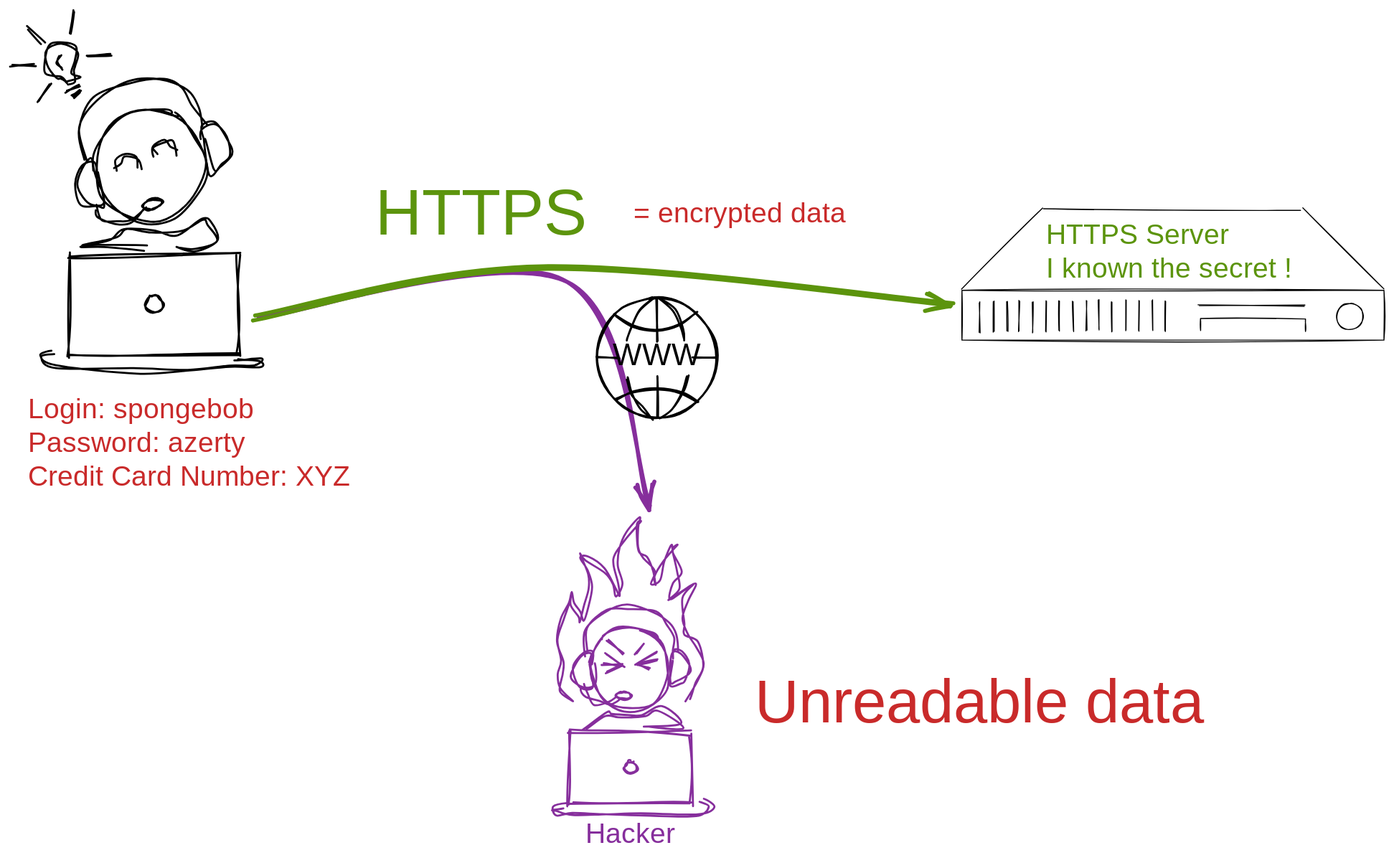
Earlier version of the Excalidraw export notebooks/media/https-safe.excalidraw.svg (ue22-p25/backend). Source tidied: one line per element, renumbered; positions are measured from the earlier drawing's top-left corner, leaving out a move shared by most shapes.
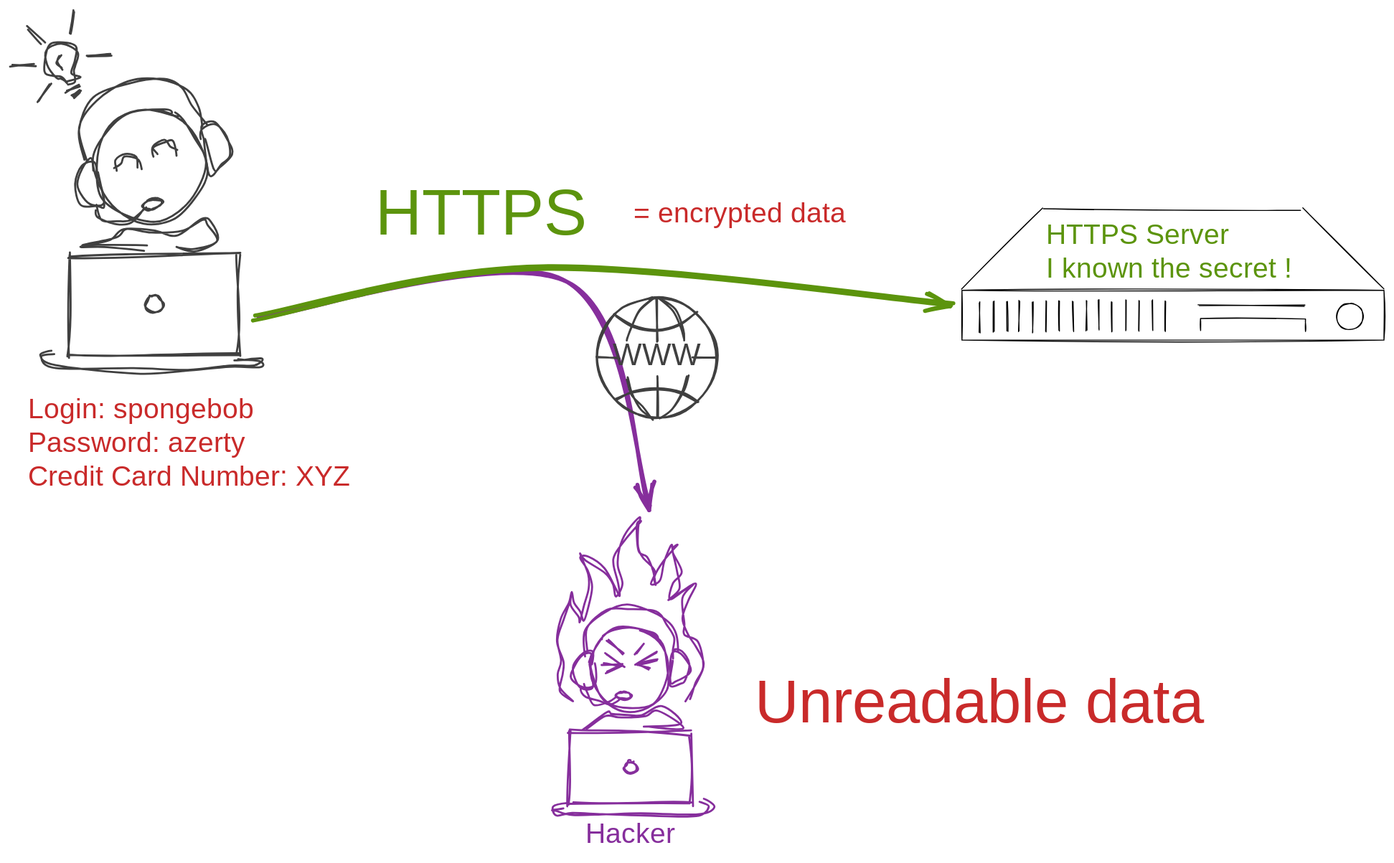
After the commit.

Change to the diagram source:
```diff
@@ -1,38 +1,38 @@
 {"id": 0, "type": "arrow", "strokeColor": "#862e9c", "backgroundColor": "#ffffff", "fillStyle": "solid", "strokeWidth": 4, "roughness": 2, "endArrowhead": "arrow", "round": true, "from": 59, "x": 247, "y": 303, "width": 388, "height": 225, "points": [[0, 0], [305, -34], [388, 191]]}
-{"id": 1, "type": "ellipse", "strokeColor": "#000", "angle": 6.0, "strokeWidth": 2, "roughness": 2, "round": true, "x": 83, "y": 96, "width": 110, "height": 114}
+{"id": 1, "type": "ellipse", "strokeColor": "#404040", "angle": 6.0, "strokeWidth": 2, "roughness": 2, "round": true, "x": 83, "y": 96, "width": 110, "height": 114}
-{"id": 2, "type": "line", "strokeColor": "#000", "angle": 6.0, "strokeWidth": 2, "roughness": 2, "round": true, "x": 88, "y": 165, "width": 26, "height": 45, "points": [[0, 0], [0, -13], [-14, -11], [-25, 5], [-23, 22], [-10, 31], [0, 32], [0, 0]]}
+{"id": 2, "type": "line", "strokeColor": "#404040", "angle": 6.0, "strokeWidth": 2, "roughness": 2, "round": true, "x": 88, "y": 165, "width": 26, "height": 45, "points": [[0, 0], [0, -13], [-14, -11], [-25, 5], [-23, 22], [-10, 31], [0, 32], [0, 0]]}
-{"id": 3, "type": "line", "strokeColor": "#000", "angle": 6.0, "strokeWidth": 2, "roughness": 2, "round": true, "x": 194, "y": 124, "width": 25, "height": 45, "points": [[0, 0], [0, -13], [14, -11], [25, 5], [22, 22], [10, 31], [0, 32], [0, 0]]}
+{"id": 3, "type": "line", "strokeColor": "#404040", "angle": 6.0, "strokeWidth": 2, "roughness": 2, "round": true, "x": 194, "y": 124, "width": 25, "height": 45, "points": [[0, 0], [0, -13], [14, -11], [25, 5], [22, 22], [10, 31], [0, 32], [0, 0]]}
-{"id": 4, "type": "line", "strokeColor": "#000", "angle": 6.0, "strokeWidth": 2, "roughness": 2, "round": true, "x": 62, "y": 135, "width": 125, "height": 66, "points": [[0, 0], [3, -33], [30, -59], [63, -66], [97, -59], [116, -41], [123, -21], [125, -3]]}
+{"id": 4, "type": "line", "strokeColor": "#404040", "angle": 6.0, "strokeWidth": 2, "roughness": 2, "round": true, "x": 62, "y": 135, "width": 125, "height": 66, "points": [[0, 0], [3, -33], [30, -59], [63, -66], [97, -59], [116, -41], [123, -21], [125, -3]]}
-{"id": 5, "type": "line", "strokeColor": "#000", "angle": 6.0, "strokeWidth": 2, "roughness": 2, "round": true, "x": 86, "y": 188, "width": 47, "height": 22, "points": [[0, 0], [4, 11], [16, 20], [33, 22], [47, 15]]}
+{"id": 5, "type": "line", "strokeColor": "#404040", "angle": 6.0, "strokeWidth": 2, "roughness": 2, "round": true, "x": 86, "y": 188, "width": 47, "height": 22, "points": [[0, 0], [4, 11], [16, 20], [33, 22], [47, 15]]}
-{"id": 6, "type": "ellipse", "strokeColor": "#000", "angle": 6.0, "strokeWidth": 2, "roughness": 2, "round": true, "x": 131, "y": 188, "width": 20, "height": 10}
+{"id": 6, "type": "ellipse", "strokeColor": "#404040", "angle": 6.0, "strokeWidth": 2, "roughness": 2, "round": true, "x": 131, "y": 188, "width": 20, "height": 10}
-{"id": 7, "type": "line", "strokeColor": "#000", "strokeWidth": 2, "roughness": 2, "round": true, "x": 104, "y": 159, "width": 24, "height": 16, "points": [[0, 0], [2, -11], [8, -16], [19, -14], [24, -5]]}
+{"id": 7, "type": "line", "strokeColor": "#404040", "strokeWidth": 2, "roughness": 2, "round": true, "x": 104, "y": 159, "width": 24, "height": 16, "points": [[0, 0], [2, -11], [8, -16], [19, -14], [24, -5]]}
-{"id": 8, "type": "rectangle", "strokeColor": "#000", "strokeWidth": 2, "roughness": 2, "x": 57, "y": 243, "width": 169, "height": 102}
+{"id": 8, "type": "rectangle", "strokeColor": "#404040", "strokeWidth": 2, "roughness": 2, "x": 57, "y": 243, "width": 169, "height": 102}
-{"id": 9, "type": "ellipse", "strokeColor": "#000", "strokeWidth": 2, "roughness": 2, "x": 134, "y": 283, "width": 17, "height": 17}
+{"id": 9, "type": "ellipse", "strokeColor": "#404040", "strokeWidth": 2, "roughness": 2, "x": 134, "y": 283, "width": 17, "height": 17}
-{"id": 10, "type": "line", "strokeColor": "#000", "strokeWidth": 2, "roughness": 2, "round": true, "x": 55, "y": 73, "width": 30, "height": 43, "points": [[0, 0], [11, -4], [9, -12], [11, -21], [9, -35], [-5, -43], [-18, -36], [-18, -17], [-10, -9], [-2, -5], [0, 0]]}
+{"id": 10, "type": "line", "strokeColor": "#404040", "strokeWidth": 2, "roughness": 2, "round": true, "x": 55, "y": 73, "width": 30, "height": 43, "points": [[0, 0], [11, -4], [9, -12], [11, -21], [9, -35], [-5, -43], [-18, -36], [-18, -17], [-10, -9], [-2, -5], [0, 0]]}
-{"id": 11, "type": "line", "strokeColor": "#000", "strokeWidth": 2, "roughness": 2, "round": true, "x": 39, "y": 72, "width": 11, "height": 18, "points": [[0, 0], [-11, 18]]}
+{"id": 11, "type": "line", "strokeColor": "#404040", "strokeWidth": 2, "roughness": 2, "round": true, "x": 39, "y": 72, "width": 11, "height": 18, "points": [[0, 0], [-11, 18]]}
-{"id": 12, "type": "line", "strokeColor": "#000", "strokeWidth": 2, "roughness": 2, "round": true, "x": 24, "y": 53, "width": 24, "height": 1, "points": [[0, 0], [-24, 1]]}
+{"id": 12, "type": "line", "strokeColor": "#404040", "strokeWidth": 2, "roughness": 2, "round": true, "x": 24, "y": 53, "width": 24, "height": 1, "points": [[0, 0], [-24, 1]]}
-{"id": 13, "type": "line", "strokeColor": "#000", "strokeWidth": 2, "roughness": 2, "round": true, "x": 32, "y": 31, "width": 17, "height": 15, "points": [[0, 0], [-17, -15]]}
+{"id": 13, "type": "line", "strokeColor": "#404040", "strokeWidth": 2, "roughness": 2, "round": true, "x": 32, "y": 31, "width": 17, "height": 15, "points": [[0, 0], [-17, -15]]}
-{"id": 14, "type": "line", "strokeColor": "#000", "strokeWidth": 2, "roughness": 2, "round": true, "x": 59, "y": 21, "width": 4, "height": 21, "points": [[0, 0], [4, -21]]}
+{"id": 14, "type": "line", "strokeColor": "#404040", "strokeWidth": 2, "roughness": 2, "round": true, "x": 59, "y": 21, "width": 4, "height": 21, "points": [[0, 0], [4, -21]]}
-{"id": 15, "type": "line", "strokeColor": "#000", "strokeWidth": 2, "roughness": 2, "round": true, "x": 76, "y": 44, "width": 24, "height": 1, "points": [[0, 0], [24, -1]]}
+{"id": 15, "type": "line", "strokeColor": "#404040", "strokeWidth": 2, "roughness": 2, "round": true, "x": 76, "y": 44, "width": 24, "height": 1, "points": [[0, 0], [24, -1]]}
-{"id": 16, "type": "line", "strokeColor": "#000", "strokeWidth": 2, "roughness": 2, "round": true, "x": 48, "y": 44, "width": 5, "height": 14, "points": [[0, 0], [-2, 8], [3, 14]]}
+{"id": 16, "type": "line", "strokeColor": "#404040", "strokeWidth": 2, "roughness": 2, "round": true, "x": 48, "y": 44, "width": 5, "height": 14, "points": [[0, 0], [-2, 8], [3, 14]]}
-{"id": 17, "type": "line", "strokeColor": "#000", "strokeWidth": 2, "roughness": 2, "round": true, "x": 56, "y": 80, "width": 12, "height": 6, "points": [[0, 0], [12, -6]]}
+{"id": 17, "type": "line", "strokeColor": "#404040", "strokeWidth": 2, "roughness": 2, "round": true, "x": 56, "y": 80, "width": 12, "height": 6, "points": [[0, 0], [12, -6]]}
-{"id": 18, "type": "line", "strokeColor": "#000", "strokeWidth": 2, "roughness": 2, "round": true, "x": 61, "y": 83, "width": 8, "height": 5, "points": [[0, 0], [8, -5]]}
+{"id": 18, "type": "line", "strokeColor": "#404040", "strokeWidth": 2, "roughness": 2, "round": true, "x": 61, "y": 83, "width": 8, "height": 5, "points": [[0, 0], [8, -5]]}
-{"id": 19, "type": "line", "strokeColor": "#000", "strokeWidth": 2, "roughness": 2, "round": true, "x": 63, "y": 85, "width": 6, "height": 4, "points": [[0, 0], [6, -4]]}
+{"id": 19, "type": "line", "strokeColor": "#404040", "strokeWidth": 2, "roughness": 2, "round": true, "x": 63, "y": 85, "width": 6, "height": 4, "points": [[0, 0], [6, -4]]}
-{"id": 20, "type": "line", "strokeColor": "#000", "angle": 5.81, "strokeWidth": 2, "roughness": 2, "round": true, "x": 164, "y": 147, "width": 23, "height": 16, "points": [[0, 0], [-2, -11], [-7, -16], [-18, -14], [-23, -5]]}
+{"id": 20, "type": "line", "strokeColor": "#404040", "angle": 5.81, "strokeWidth": 2, "roughness": 2, "round": true, "x": 164, "y": 147, "width": 23, "height": 16, "points": [[0, 0], [-2, -11], [-7, -16], [-18, -14], [-23, -5]]}
-{"id": 21, "type": "line", "strokeColor": "#000", "strokeWidth": 2, "roughness": 2, "round": true, "x": 225, "y": 345, "width": 221, "height": 15, "points": [[0, 0], [24, 2], [19, 10], [-6, 10], [-52, 12], [-103, 11], [-178, 9], [-198, 0], [-184, -4]]}
+{"id": 21, "type": "line", "strokeColor": "#404040", "strokeWidth": 2, "roughness": 2, "round": true, "x": 225, "y": 345, "width": 221, "height": 15, "points": [[0, 0], [24, 2], [19, 10], [-6, 10], [-52, 12], [-103, 11], [-178, 9], [-198, 0], [-184, -4]]}
-{"id": 22, "type": "line", "strokeColor": "#000", "strokeWidth": 2, "roughness": 2, "round": true, "x": 135, "y": 235, "width": 135, "height": 28, "points": [[0, 0], [-46, 1], [-62, 1], [-32, -9], [-19, -17], [8, -15], [33, -15], [54, -27], [63, -22], [73, -6], [50, 2], [29, 0]]}
+{"id": 22, "type": "line", "strokeColor": "#404040", "strokeWidth": 2, "roughness": 2, "round": true, "x": 135, "y": 235, "width": 135, "height": 28, "points": [[0, 0], [-46, 1], [-62, 1], [-32, -9], [-19, -17], [8, -15], [33, -15], [54, -27], [63, -22], [73, -6], [50, 2], [29, 0]]}
-{"id": 23, "type": "ellipse", "strokeColor": "#000000", "strokeWidth": 2, "roughness": 1, "x": 584, "y": 285, "width": 119, "height": 119}
+{"id": 23, "type": "ellipse", "strokeColor": "#404040", "strokeWidth": 2, "roughness": 1, "x": 584, "y": 285, "width": 119, "height": 119}
-{"id": 24, "type": "line", "strokeColor": "#000000", "strokeWidth": 2, "roughness": 1, "round": true, "x": 601, "y": 303, "width": 81, "height": 18, "points": [[0, 0], [18, 10], [42, 15], [66, 9], [81, -3]]}
+{"id": 24, "type": "line", "strokeColor": "#404040", "strokeWidth": 2, "roughness": 1, "round": true, "x": 601, "y": 303, "width": 81, "height": 18, "points": [[0, 0], [18, 10], [42, 15], [66, 9], [81, -3]]}
-{"id": 25, "type": "line", "strokeColor": "#000000", "strokeWidth": 2, "roughness": 1, "round": true, "x": 602, "y": 387, "width": 81, "height": 14, "points": [[0, 0], [18, -8], [42, -12], [66, -7], [81, 2]]}
+{"id": 25, "type": "line", "strokeColor": "#404040", "strokeWidth": 2, "roughness": 1, "round": true, "x": 602, "y": 387, "width": 81, "height": 14, "points": [[0, 0], [18, -8], [42, -12], [66, -7], [81, 2]]}
-{"id": 26, "type": "text", "text": "WWW", "strokeColor": "#000000", "strokeWidth": 2, "roughness": 1, "fontSize": 30.63, "fontFamily": 1, "textAlign": "center", "verticalAlign": "middle", "x": 609, "y": 327, "width": 69, "height": 36}
+{"id": 26, "type": "text", "text": "WWW", "strokeColor": "#404040", "strokeWidth": 2, "roughness": 1, "fontSize": 30.63, "fontFamily": 1, "textAlign": "center", "verticalAlign": "middle", "x": 609, "y": 327, "width": 69, "height": 36}
-{"id": 27, "type": "line", "strokeColor": "#000000", "strokeWidth": 2, "roughness": 1, "round": true, "x": 641, "y": 286, "width": 26, "height": 41, "points": [[0, 0], [-16, 12], [-24, 29], [-26, 41]]}
+{"id": 27, "type": "line", "strokeColor": "#404040", "strokeWidth": 2, "roughness": 1, "round": true, "x": 641, "y": 286, "width": 26, "height": 41, "points": [[0, 0], [-16, 12], [-24, 29], [-26, 41]]}
-{"id": 28, "type": "line", "strokeColor": "#000000", "strokeWidth": 2, "roughness": 1, "round": true, "x": 613, "y": 365, "width": 28, "height": 40, "points": [[0, 0], [5, 16], [15, 31], [28, 40]]}
+{"id": 28, "type": "line", "strokeColor": "#404040", "strokeWidth": 2, "roughness": 1, "round": true, "x": 613, "y": 365, "width": 28, "height": 40, "points": [[0, 0], [5, 16], [15, 31], [28, 40]]}
-{"id": 29, "type": "line", "strokeColor": "#000000", "strokeWidth": 2, "roughness": 1, "round": true, "x": 645, "y": 286, "width": 26, "height": 40, "points": [[0, 0], [16, 12], [24, 29], [26, 40]]}
+{"id": 29, "type": "line", "strokeColor": "#404040", "strokeWidth": 2, "roughness": 1, "round": true, "x": 645, "y": 286, "width": 26, "height": 40, "points": [[0, 0], [16, 12], [24, 29], [26, 40]]}
-{"id": 30, "type": "line", "strokeColor": "#000000", "strokeWidth": 2, "roughness": 1, "round": true, "x": 674, "y": 363, "width": 26, "height": 41, "points": [[0, 0], [-5, 16], [-14, 32], [-26, 41]]}
+{"id": 30, "type": "line", "strokeColor": "#404040", "strokeWidth": 2, "roughness": 1, "round": true, "x": 674, "y": 363, "width": 26, "height": 41, "points": [[0, 0], [-5, 16], [-14, 32], [-26, 41]]}
-{"id": 31, "type": "line", "strokeColor": "#000000", "strokeWidth": 2, "roughness": 1, "round": true, "x": 643, "y": 286, "width": 1, "height": 43, "points": [[0, 0], [1, 43]]}
+{"id": 31, "type": "line", "strokeColor": "#404040", "strokeWidth": 2, "roughness": 1, "round": true, "x": 643, "y": 286, "width": 1, "height": 43, "points": [[0, 0], [1, 43]]}
-{"id": 32, "type": "line", "strokeColor": "#000000", "strokeWidth": 2, "roughness": 1, "round": true, "x": 644, "y": 404, "width": 0, "height": 40, "points": [[0, 0], [0, -40]]}
+{"id": 32, "type": "line", "strokeColor": "#404040", "strokeWidth": 2, "roughness": 1, "round": true, "x": 644, "y": 404, "width": 0, "height": 40, "points": [[0, 0], [0, -40]]}
-{"id": 33, "type": "line", "strokeColor": "#000000", "strokeWidth": 2, "roughness": 1, "round": true, "x": 583, "y": 344, "width": 22, "height": 1, "points": [[0, 0], [22, 1]]}
+{"id": 33, "type": "line", "strokeColor": "#404040", "strokeWidth": 2, "roughness": 1, "round": true, "x": 583, "y": 344, "width": 22, "height": 1, "points": [[0, 0], [22, 1]]}
-{"id": 34, "type": "line", "strokeColor": "#000000", "strokeWidth": 2, "roughness": 1, "round": true, "x": 703, "y": 345, "width": 24, "height": 0, "points": [[0, 0], [-24, 0]]}
+{"id": 34, "type": "line", "strokeColor": "#404040", "strokeWidth": 2, "roughness": 1, "round": true, "x": 703, "y": 345, "width": 24, "height": 0, "points": [[0, 0], [-24, 0]]}
 {"id": 35, "type": "rectangle", "strokeColor": "#000000", "strokeWidth": 1, "roughness": 1, "x": 947, "y": 278, "width": 420, "height": 50}
 {"id": 36, "type": "line", "strokeColor": "#000000", "strokeWidth": 1, "roughness": 1, "round": true, "x": 965, "y": 290, "width": 0, "height": 30, "points": [[0, 0], [0, 30]]}
 {"id": 37, "type": "line", "strokeColor": "#000000", "strokeWidth": 1, "roughness": 1, "round": true, "x": 979, "y": 289, "width": 0, "height": 30, "points": [[0, 0], [0, 30]]}
```
